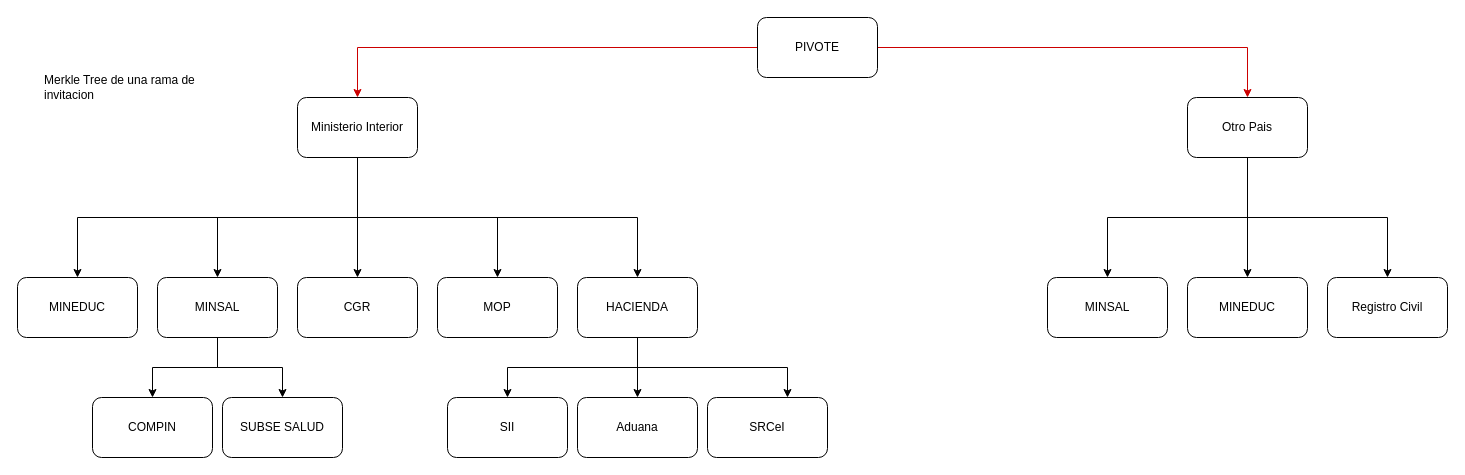
This is page "Invitacion por ramas" (6 of 7) of documentation/Veredarii.drawio from daille/veredarii, a draw.io file, before an edit. Source tidied: cells renumbered, new cells numbered last; positions are measured from the earlier drawing's top-left corner, leaving out a move shared by most shapes. Both pictures are drawn from the tidied source at 100%, with x=0, y=0 at pixel (17, 17).
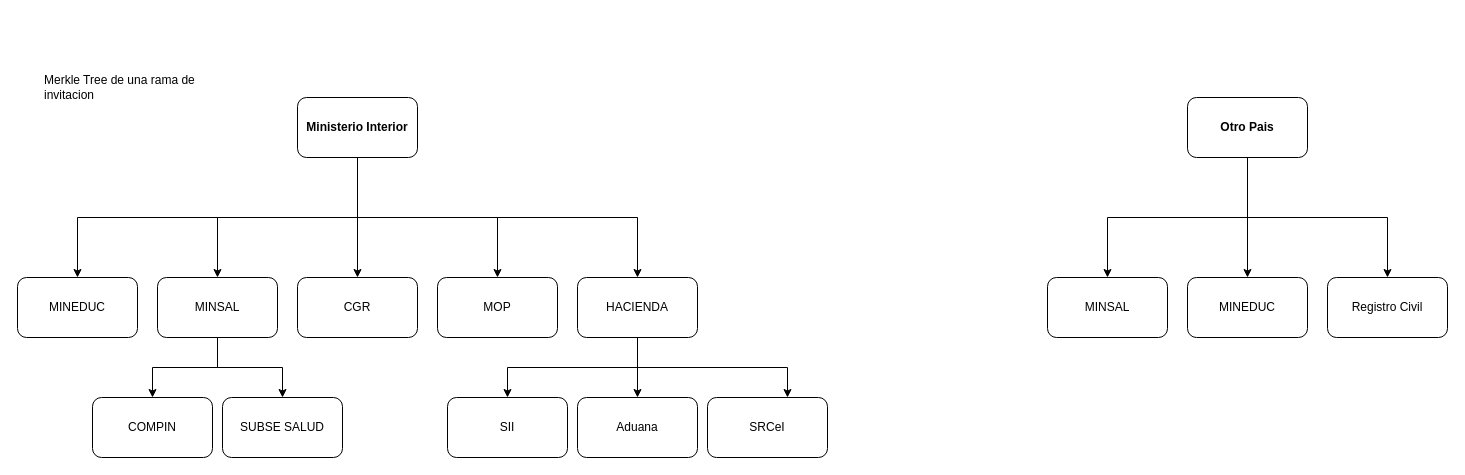
The same page after the edit.

Change to the diagram source:
```diff
@@
-    <mxCell id="7" value="Ministerio Interior" style="rounded=1;whiteSpace=wrap;html=1;" parent="1" vertex="1">
+    <mxCell id="7" value="Ministerio Interior" style="rounded=1;whiteSpace=wrap;html=1;fontStyle=1;" parent="1" vertex="1">
       <mxGeometry x="280" y="80" width="120" height="60" as="geometry" />
     </mxCell>
@@
-    <mxCell id="24" style="edgeStyle=orthogonalEdgeStyle;rounded=0;jettySize=auto;html=1;entryX=0.5;entryY=0;entryDx=0;entryDy=0;fontColor=#FF3333;strokeColor=#CC0000;" parent="1" edge="1" source="26" target="7">
-      <mxGeometry relative="1" as="geometry" />
-    </mxCell>
-    <mxCell id="25" style="edgeStyle=orthogonalEdgeStyle;rounded=0;jettySize=auto;html=1;strokeColor=#CC0000;fontColor=#FF3333;" parent="1" edge="1" source="26" target="30">
-      <mxGeometry relative="1" as="geometry" />
-    </mxCell>
-    <mxCell id="26" value="PIVOTE" style="rounded=1;whiteSpace=wrap;html=1;" parent="1" vertex="1">
-      <mxGeometry x="740" width="120" height="60" as="geometry" />
-    </mxCell>
@@
-    <mxCell id="30" value="Otro Pais" style="rounded=1;whiteSpace=wrap;html=1;" parent="1" vertex="1">
+    <mxCell id="30" value="Otro Pais" style="rounded=1;whiteSpace=wrap;html=1;fontStyle=1;" parent="1" vertex="1">
       <mxGeometry x="1170" y="80" width="120" height="60" as="geometry" />
     </mxCell>
```
